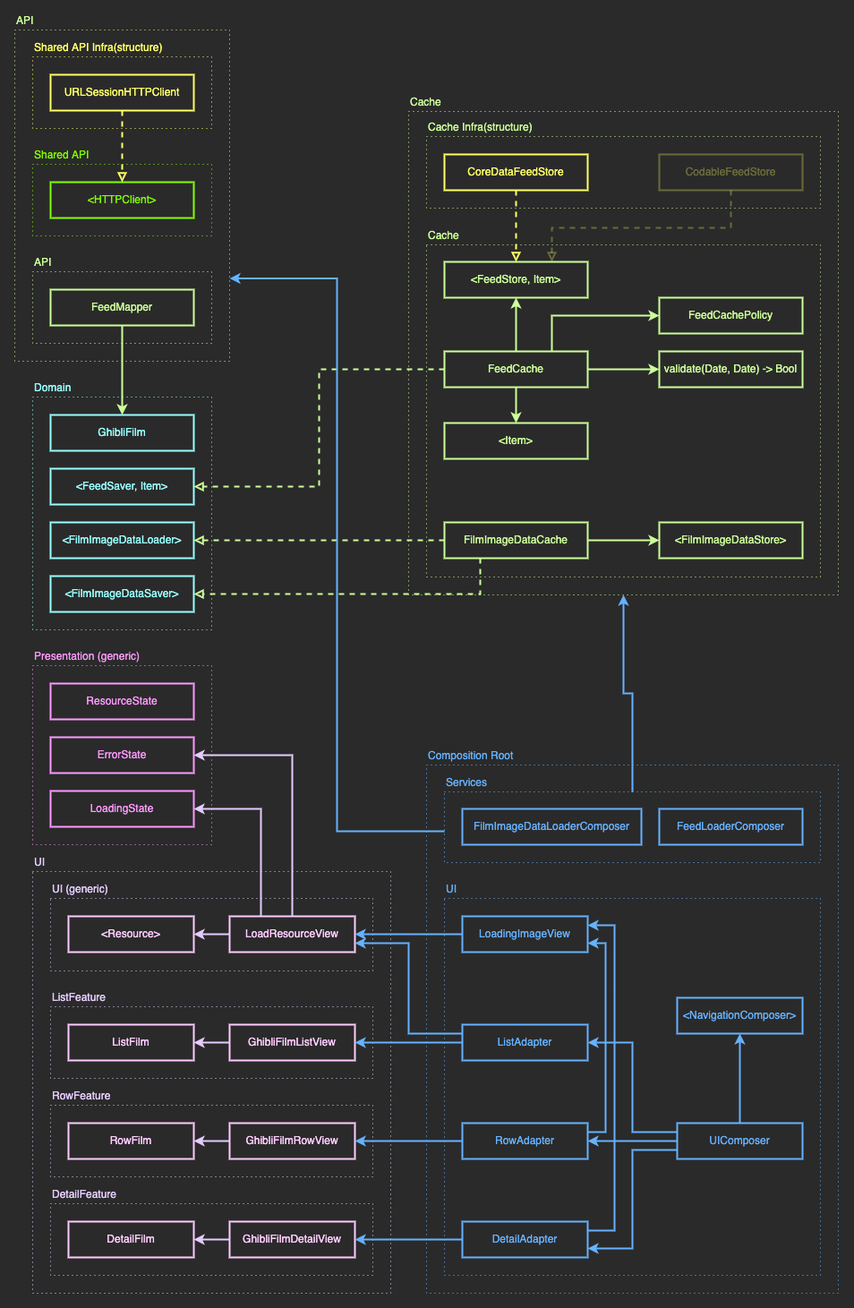
Above: Docs/components.png in igor1309/EssentialGhibli (draw.io), before the change. Source tidied: cells renumbered, new cells last; positions are measured from the earlier drawing's top-left corner, leaving out a move shared by most shapes.
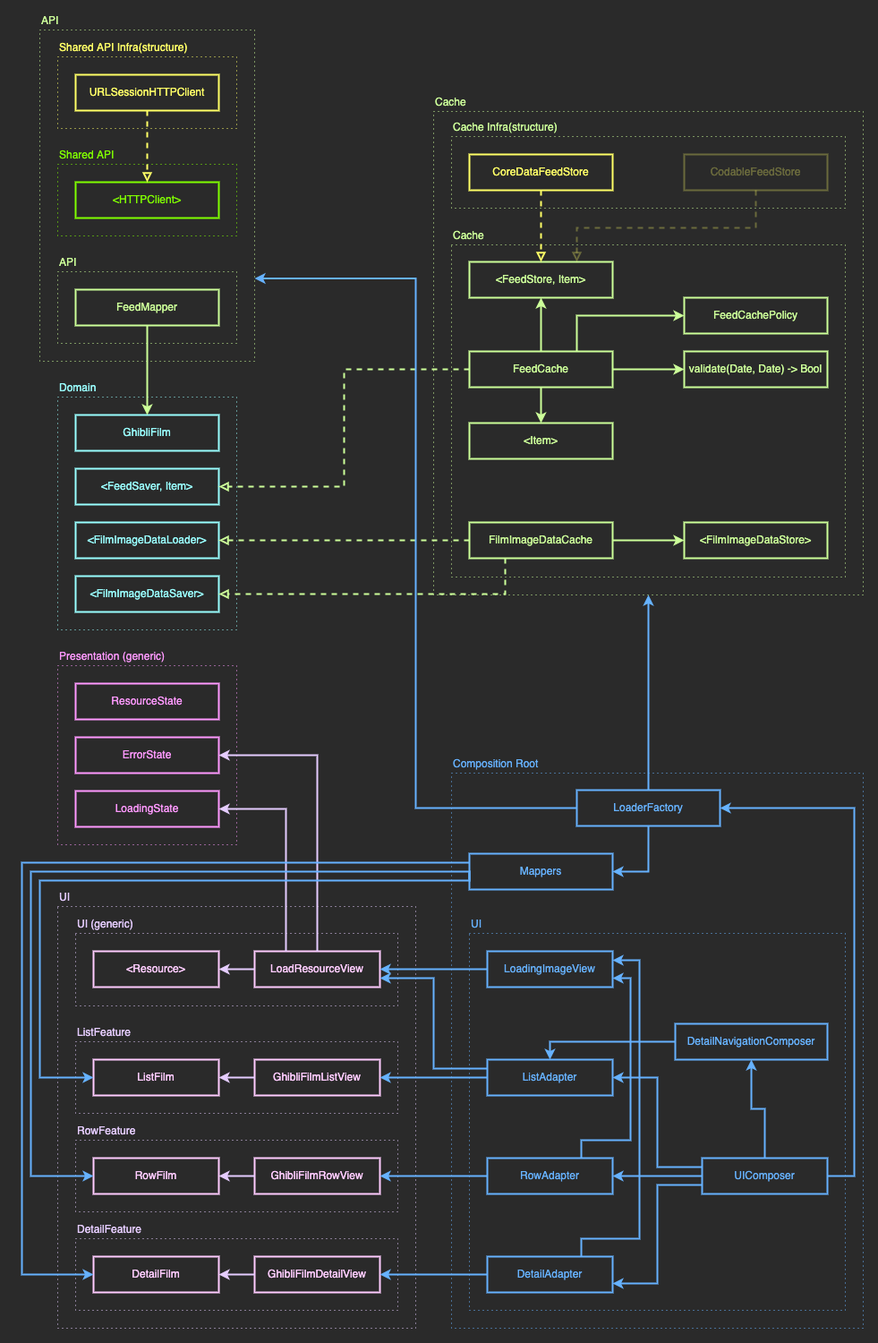
After the commit.

Diff of the diagram source:
```diff
@@ -9,13 +9,10 @@
       <mxGeometry x="460" y="240" width="440" height="371" as="geometry" />
     </mxCell>
     <mxCell id="4" value="Composition Root" style="rounded=0;whiteSpace=wrap;html=1;align=left;verticalAlign=top;spacingTop=-24;dashed=1;strokeWidth=1;strokeColor=#66B2FF;fontColor=#66B2FF;dashPattern=1 4;" parent="1" vertex="1">
-      <mxGeometry x="460" y="821" width="460" height="590" as="geometry" />
+      <mxGeometry x="460" y="830" width="460" height="620" as="geometry" />
     </mxCell>
-    <mxCell id="5" value="Services" style="rounded=0;whiteSpace=wrap;html=1;align=left;verticalAlign=top;spacingTop=-24;dashed=1;strokeWidth=1;strokeColor=#66B2FF;fontColor=#66B2FF;dashPattern=1 4;" parent="1" vertex="1">
-      <mxGeometry x="480" y="851" width="420" height="79" as="geometry" />
-    </mxCell>
     <mxCell id="6" value="UI" style="rounded=0;whiteSpace=wrap;html=1;align=left;verticalAlign=top;spacingTop=-24;dashed=1;strokeWidth=1;strokeColor=#66B2FF;fontColor=#66B2FF;dashPattern=1 4;" parent="1" vertex="1">
-      <mxGeometry x="480" y="970" width="420" height="421" as="geometry" />
+      <mxGeometry x="480" y="1009" width="420" height="421" as="geometry" />
     </mxCell>
     <mxCell id="7" value="Cache Infra(structure)" style="rounded=0;whiteSpace=wrap;html=1;align=left;verticalAlign=top;spacingTop=-24;dashed=1;strokeWidth=1;strokeColor=#CCFF99;fontColor=#CCFF99;dashPattern=1 4;" parent="1" vertex="1">
       <mxGeometry x="460" y="119" width="440" height="80" as="geometry" />
@@ -27,10 +24,10 @@
       <mxGeometry x="20" y="30" width="200" height="80" as="geometry" />
     </mxCell>
     <mxCell id="10" value="UI" style="rounded=0;whiteSpace=wrap;html=1;align=left;verticalAlign=top;spacingTop=-24;dashed=1;strokeWidth=1;strokeColor=#E5CCFF;fontColor=#E5CCFF;dashPattern=1 4;" parent="1" vertex="1">
-      <mxGeometry x="20" y="940" width="400" height="471" as="geometry" />
+      <mxGeometry x="20" y="979" width="400" height="471" as="geometry" />
     </mxCell>
     <mxCell id="11" value="UI (generic)" style="rounded=0;whiteSpace=wrap;html=1;align=left;verticalAlign=top;spacingTop=-24;dashed=1;strokeWidth=1;strokeColor=#E5CCFF;fontColor=#E5CCFF;dashPattern=1 4;" parent="1" vertex="1">
-      <mxGeometry x="40" y="970" width="360" height="81" as="geometry" />
+      <mxGeometry x="40" y="1009" width="360" height="81" as="geometry" />
     </mxCell>
     <mxCell id="12" value="Presentation (generic)" style="rounded=0;whiteSpace=wrap;html=1;align=left;verticalAlign=top;spacingTop=-24;dashed=1;strokeWidth=1;strokeColor=#FF99FF;fontColor=#FF99FF;dashPattern=1 4;" parent="1" vertex="1">
       <mxGeometry x="20" y="710" width="200" height="200" as="geometry" />
@@ -45,37 +42,37 @@
       <mxGeometry x="40" y="850" width="160" height="40" as="geometry" />
     </mxCell>
     <mxCell id="16" value="LoadResourceView" style="rounded=0;whiteSpace=wrap;html=1;fontColor=#FFCCFF;strokeColor=#FFCCFF;strokeWidth=2;" parent="1" vertex="1">
-      <mxGeometry x="240" y="990" width="140" height="40" as="geometry" />
+      <mxGeometry x="240" y="1029" width="140" height="40" as="geometry" />
     </mxCell>
     <mxCell id="17" value="ListFeature" style="rounded=0;whiteSpace=wrap;html=1;align=left;verticalAlign=top;spacingTop=-24;dashed=1;strokeWidth=1;strokeColor=#E5CCFF;fontColor=#E5CCFF;dashPattern=1 4;" parent="1" vertex="1">
-      <mxGeometry x="40" y="1091" width="360" height="80" as="geometry" />
+      <mxGeometry x="40" y="1130" width="360" height="80" as="geometry" />
     </mxCell>
     <mxCell id="18" value="ListFilm" style="rounded=0;whiteSpace=wrap;html=1;fontColor=#FFCCFF;strokeColor=#FFCCFF;strokeWidth=2;" parent="1" vertex="1">
-      <mxGeometry x="60" y="1111" width="140" height="40" as="geometry" />
+      <mxGeometry x="60" y="1150" width="140" height="40" as="geometry" />
     </mxCell>
     <mxCell id="19" value="RowFeature" style="rounded=0;whiteSpace=wrap;html=1;align=left;verticalAlign=top;spacingTop=-24;dashed=1;strokeWidth=1;strokeColor=#E5CCFF;fontColor=#E5CCFF;dashPattern=1 4;" parent="1" vertex="1">
-      <mxGeometry x="40" y="1201" width="360" height="80" as="geometry" />
+      <mxGeometry x="40" y="1240" width="360" height="80" as="geometry" />
     </mxCell>
     <mxCell id="20" value="RowFilm" style="rounded=0;whiteSpace=wrap;html=1;fontColor=#FFCCFF;strokeColor=#FFCCFF;strokeWidth=2;" parent="1" vertex="1">
-      <mxGeometry x="60" y="1221" width="140" height="40" as="geometry" />
+      <mxGeometry x="60" y="1260" width="140" height="40" as="geometry" />
     </mxCell>
     <mxCell id="21" value="DetailFeature" style="rounded=0;whiteSpace=wrap;html=1;align=left;verticalAlign=top;spacingTop=-24;dashed=1;strokeWidth=1;strokeColor=#E5CCFF;fontColor=#E5CCFF;dashPattern=1 4;" parent="1" vertex="1">
-      <mxGeometry x="40" y="1311" width="360" height="80" as="geometry" />
+      <mxGeometry x="40" y="1350" width="360" height="80" as="geometry" />
     </mxCell>
     <mxCell id="22" value="DetailFilm" style="rounded=0;whiteSpace=wrap;html=1;fontColor=#FFCCFF;strokeColor=#FFCCFF;strokeWidth=2;" parent="1" vertex="1">
-      <mxGeometry x="60" y="1331" width="140" height="40" as="geometry" />
+      <mxGeometry x="60" y="1370" width="140" height="40" as="geometry" />
     </mxCell>
     <mxCell id="23" value="GhibliFilmDetailView" style="rounded=0;whiteSpace=wrap;html=1;fontColor=#FFCCFF;strokeColor=#FFCCFF;strokeWidth=2;" parent="1" vertex="1">
-      <mxGeometry x="240" y="1331" width="140" height="40" as="geometry" />
+      <mxGeometry x="240" y="1370" width="140" height="40" as="geometry" />
     </mxCell>
     <mxCell id="24" value="GhibliFilmListView" style="rounded=0;whiteSpace=wrap;html=1;fontColor=#FFCCFF;strokeColor=#FFCCFF;strokeWidth=2;" parent="1" vertex="1">
-      <mxGeometry x="240" y="1111" width="140" height="40" as="geometry" />
+      <mxGeometry x="240" y="1150" width="140" height="40" as="geometry" />
     </mxCell>
     <mxCell id="25" value="GhibliFilmRowView" style="rounded=0;whiteSpace=wrap;html=1;fontColor=#FFCCFF;strokeColor=#FFCCFF;strokeWidth=2;" parent="1" vertex="1">
-      <mxGeometry x="240" y="1221" width="140" height="40" as="geometry" />
+      <mxGeometry x="240" y="1260" width="140" height="40" as="geometry" />
     </mxCell>
     <mxCell id="26" value="&amp;lt;Resource&amp;gt;" style="rounded=0;whiteSpace=wrap;html=1;fontColor=#FFCCFF;strokeColor=#FFCCFF;strokeWidth=2;" parent="1" vertex="1">
-      <mxGeometry x="60" y="990" width="140" height="40" as="geometry" />
+      <mxGeometry x="60" y="1029" width="140" height="40" as="geometry" />
     </mxCell>
     <mxCell id="27" value="API" style="rounded=0;whiteSpace=wrap;html=1;align=left;verticalAlign=top;spacingTop=-24;dashed=1;strokeWidth=1;strokeColor=#CCFF99;fontColor=#CCFF99;dashPattern=1 4;" parent="1" vertex="1">
       <mxGeometry x="20" y="270" width="200" height="80" as="geometry" />
@@ -194,33 +191,35 @@
       <mxGeometry relative="1" as="geometry" />
     </mxCell>
     <mxCell id="64" value="LoadingImageView" style="rounded=0;whiteSpace=wrap;html=1;fontColor=#66B2FF;strokeColor=#66B2FF;strokeWidth=2;" parent="1" vertex="1">
-      <mxGeometry x="500" y="990" width="140" height="40" as="geometry" />
+      <mxGeometry x="500" y="1029" width="140" height="40" as="geometry" />
     </mxCell>
     <mxCell id="65" style="edgeStyle=orthogonalEdgeStyle;rounded=0;jettySize=auto;html=1;strokeWidth=2;strokeColor=#66B2FF;fontColor=#99FFFF;exitX=0;exitY=0.5;exitDx=0;exitDy=0;entryX=1;entryY=0.5;entryDx=0;entryDy=0;" parent="1" edge="1" source="64" target="16">
       <mxGeometry relative="1" as="geometry" />
     </mxCell>
     <mxCell id="66" value="DetailAdapter" style="rounded=0;whiteSpace=wrap;html=1;fontColor=#66B2FF;strokeColor=#66B2FF;strokeWidth=2;" parent="1" vertex="1">
-      <mxGeometry x="500" y="1331" width="140" height="40" as="geometry" />
+      <mxGeometry x="500" y="1370" width="140" height="40" as="geometry" />
     </mxCell>
     <mxCell id="67" value="RowAdapter" style="rounded=0;whiteSpace=wrap;html=1;fontColor=#66B2FF;strokeColor=#66B2FF;strokeWidth=2;" parent="1" vertex="1">
-      <mxGeometry x="500" y="1221" width="140" height="40" as="geometry" />
+      <mxGeometry x="500" y="1260" width="140" height="40" as="geometry" />
     </mxCell>
     <mxCell id="68" style="edgeStyle=orthogonalEdgeStyle;rounded=0;jettySize=auto;html=1;strokeWidth=2;strokeColor=#66B2FF;fontColor=#99FFFF;exitX=0;exitY=0.5;exitDx=0;exitDy=0;entryX=1;entryY=0.5;entryDx=0;entryDy=0;" parent="1" edge="1" source="67" target="25">
       <mxGeometry relative="1" as="geometry" />
     </mxCell>
-    <mxCell id="69" style="edgeStyle=orthogonalEdgeStyle;rounded=0;jettySize=auto;html=1;strokeWidth=2;strokeColor=#66B2FF;fontColor=#99FFFF;exitX=1;exitY=0.25;exitDx=0;exitDy=0;entryX=1;entryY=0.75;entryDx=0;entryDy=0;" parent="1" edge="1" source="67" target="64">
+    <mxCell id="69" style="edgeStyle=orthogonalEdgeStyle;rounded=0;jettySize=auto;html=1;strokeWidth=2;strokeColor=#66B2FF;fontColor=#99FFFF;exitX=0.75;exitY=0;exitDx=0;exitDy=0;entryX=1;entryY=0.75;entryDx=0;entryDy=0;" parent="1" edge="1" source="67" target="64">
       <mxGeometry relative="1" as="geometry">
         <Array as="points">
-          <mxPoint x="660" y="1231" />
-          <mxPoint x="660" y="1020" />
+          <mxPoint x="605" y="1240" />
+          <mxPoint x="660" y="1240" />
+          <mxPoint x="660" y="1059" />
         </Array>
       </mxGeometry>
     </mxCell>
-    <mxCell id="70" style="edgeStyle=orthogonalEdgeStyle;rounded=0;jettySize=auto;html=1;strokeWidth=2;strokeColor=#66B2FF;fontColor=#99FFFF;exitX=1;exitY=0.25;exitDx=0;exitDy=0;entryX=1;entryY=0.25;entryDx=0;entryDy=0;" parent="1" edge="1" source="66" target="64">
+    <mxCell id="70" style="edgeStyle=orthogonalEdgeStyle;rounded=0;jettySize=auto;html=1;strokeWidth=2;strokeColor=#66B2FF;fontColor=#99FFFF;exitX=0.75;exitY=0;exitDx=0;exitDy=0;entryX=1;entryY=0.25;entryDx=0;entryDy=0;" parent="1" edge="1" source="66" target="64">
       <mxGeometry relative="1" as="geometry">
         <Array as="points">
-          <mxPoint x="670" y="1341" />
-          <mxPoint x="670" y="1000" />
+          <mxPoint x="605" y="1350" />
+          <mxPoint x="670" y="1350" />
+          <mxPoint x="670" y="1039" />
         </Array>
       </mxGeometry>
     </mxCell>
@@ -228,13 +227,13 @@
       <mxGeometry relative="1" as="geometry" />
     </mxCell>
     <mxCell id="72" value="ListAdapter" style="rounded=0;whiteSpace=wrap;html=1;fontColor=#66B2FF;strokeColor=#66B2FF;strokeWidth=2;" parent="1" vertex="1">
-      <mxGeometry x="500" y="1111" width="140" height="40" as="geometry" />
+      <mxGeometry x="500" y="1150" width="140" height="40" as="geometry" />
     </mxCell>
     <mxCell id="73" style="edgeStyle=orthogonalEdgeStyle;rounded=0;jettySize=auto;html=1;strokeWidth=2;strokeColor=#66B2FF;fontColor=#99FFFF;exitX=0;exitY=0.5;exitDx=0;exitDy=0;entryX=1;entryY=0.5;entryDx=0;entryDy=0;" parent="1" edge="1" source="72" target="24">
       <mxGeometry relative="1" as="geometry" />
     </mxCell>
     <mxCell id="74" value="UIComposer" style="rounded=0;whiteSpace=wrap;html=1;fontColor=#66B2FF;strokeColor=#66B2FF;strokeWidth=2;" parent="1" vertex="1">
-      <mxGeometry x="740" y="1221" width="140" height="40" as="geometry" />
+      <mxGeometry x="740" y="1260" width="140" height="40" as="geometry" />
     </mxCell>
     <mxCell id="75" style="edgeStyle=orthogonalEdgeStyle;rounded=0;jettySize=auto;html=1;strokeWidth=2;strokeColor=#66B2FF;fontColor=#99FFFF;exitX=0;exitY=0.75;exitDx=0;exitDy=0;entryX=1;entryY=0.75;entryDx=0;entryDy=0;" parent="1" edge="1" source="74" target="66">
       <mxGeometry relative="1" as="geometry" />
@@ -245,14 +244,11 @@
     <mxCell id="77" style="edgeStyle=orthogonalEdgeStyle;rounded=0;jettySize=auto;html=1;strokeWidth=2;strokeColor=#66B2FF;fontColor=#99FFFF;exitX=0;exitY=0.5;exitDx=0;exitDy=0;entryX=1;entryY=0.5;entryDx=0;entryDy=0;" parent="1" edge="1" source="74" target="67">
       <mxGeometry relative="1" as="geometry" />
     </mxCell>
-    <mxCell id="78" value="FeedLoaderComposer" style="rounded=0;whiteSpace=wrap;html=1;fontColor=#66B2FF;strokeColor=#66B2FF;strokeWidth=2;" parent="1" vertex="1">
-      <mxGeometry x="720" y="870" width="160" height="40" as="geometry" />
+    <mxCell id="78" value="LoaderFactory" style="rounded=0;whiteSpace=wrap;html=1;fontColor=#66B2FF;strokeColor=#66B2FF;strokeWidth=2;" parent="1" vertex="1">
+      <mxGeometry x="600" y="849" width="160" height="40" as="geometry" />
     </mxCell>
-    <mxCell id="79" value="FilmImageDataLoaderComposer" style="rounded=0;whiteSpace=wrap;html=1;fontColor=#66B2FF;strokeColor=#66B2FF;strokeWidth=2;" parent="1" vertex="1">
-      <mxGeometry x="500" y="870" width="200" height="40" as="geometry" />
-    </mxCell>
-    <mxCell id="80" value="&amp;lt;NavigationComposer&amp;gt;" style="rounded=0;whiteSpace=wrap;html=1;fontColor=#66B2FF;strokeColor=#66B2FF;strokeWidth=2;" parent="1" vertex="1">
-      <mxGeometry x="740" y="1081" width="140" height="40" as="geometry" />
+    <mxCell id="80" value="DetailNavigationComposer" style="rounded=0;whiteSpace=wrap;html=1;fontColor=#66B2FF;strokeColor=#66B2FF;strokeWidth=2;" parent="1" vertex="1">
+      <mxGeometry x="710" y="1110" width="170" height="40" as="geometry" />
     </mxCell>
     <mxCell id="81" style="edgeStyle=orthogonalEdgeStyle;rounded=0;jettySize=auto;html=1;strokeWidth=2;strokeColor=#66B2FF;fontColor=#99FFFF;exitX=0.5;exitY=0;exitDx=0;exitDy=0;entryX=0.5;entryY=1;entryDx=0;entryDy=0;" parent="1" edge="1" source="74" target="80">
       <mxGeometry relative="1" as="geometry" />
@@ -260,13 +256,54 @@
     <mxCell id="82" style="edgeStyle=orthogonalEdgeStyle;rounded=0;jettySize=auto;html=1;strokeWidth=2;strokeColor=#66B2FF;fontColor=#99FFFF;exitX=0;exitY=0.25;exitDx=0;exitDy=0;entryX=1;entryY=0.75;entryDx=0;entryDy=0;" parent="1" edge="1" source="72" target="16">
       <mxGeometry relative="1" as="geometry" />
     </mxCell>
-    <mxCell id="83" style="edgeStyle=orthogonalEdgeStyle;rounded=0;jettySize=auto;html=1;strokeWidth=2;strokeColor=#66B2FF;fontColor=#99FFFF;entryX=1;entryY=0.75;entryDx=0;entryDy=0;" parent="1" edge="1" target="8">
-      <mxGeometry relative="1" as="geometry">
-        <mxPoint x="480" y="895" as="sourcePoint" />
-      </mxGeometry>
+    <mxCell id="83" style="edgeStyle=orthogonalEdgeStyle;rounded=0;jettySize=auto;html=1;strokeWidth=2;strokeColor=#66B2FF;fontColor=#99FFFF;entryX=1;entryY=0.75;entryDx=0;entryDy=0;exitX=0;exitY=0.5;exitDx=0;exitDy=0;" parent="1" edge="1" source="78" target="8">
+      <mxGeometry relative="1" as="geometry" />
     </mxCell>
-    <mxCell id="84" style="edgeStyle=orthogonalEdgeStyle;rounded=0;jettySize=auto;html=1;strokeWidth=2;strokeColor=#66B2FF;fontColor=#99FFFF;exitX=0.5;exitY=0;exitDx=0;exitDy=0;entryX=0.5;entryY=1;entryDx=0;entryDy=0;" parent="1" edge="1" source="5" target="2">
+    <mxCell id="84" style="edgeStyle=orthogonalEdgeStyle;rounded=0;jettySize=auto;html=1;strokeWidth=2;strokeColor=#66B2FF;fontColor=#99FFFF;exitX=0.5;exitY=0;exitDx=0;exitDy=0;entryX=0.5;entryY=1;entryDx=0;entryDy=0;" parent="1" edge="1" source="78" target="2">
       <mxGeometry relative="1" as="geometry" />
     </mxCell>
+    <mxCell id="85" style="edgeStyle=orthogonalEdgeStyle;rounded=0;jettySize=auto;html=1;strokeWidth=2;strokeColor=#66B2FF;fontColor=#99FFFF;exitX=0;exitY=0.5;exitDx=0;exitDy=0;entryX=0.5;entryY=0;entryDx=0;entryDy=0;" parent="1" edge="1" source="80" target="72">
+      <mxGeometry relative="1" as="geometry" />
+    </mxCell>
+    <mxCell id="86" value="Mappers" style="rounded=0;whiteSpace=wrap;html=1;fontColor=#66B2FF;strokeColor=#66B2FF;strokeWidth=2;" parent="1" vertex="1">
+      <mxGeometry x="480" y="920" width="160" height="40" as="geometry" />
+    </mxCell>
+    <mxCell id="87" style="edgeStyle=orthogonalEdgeStyle;rounded=0;jettySize=auto;html=1;strokeWidth=2;strokeColor=#66B2FF;fontColor=#99FFFF;exitX=0;exitY=0.75;exitDx=0;exitDy=0;entryX=0;entryY=0.5;entryDx=0;entryDy=0;" parent="1" edge="1" source="86" target="20">
+      <mxGeometry relative="1" as="geometry">
+        <Array as="points">
+          <mxPoint x="480" y="940" />
+          <mxPoint x="-10" y="940" />
+          <mxPoint x="-10" y="1280" />
+        </Array>
+      </mxGeometry>
+    </mxCell>
+    <mxCell id="88" style="edgeStyle=orthogonalEdgeStyle;rounded=0;jettySize=auto;html=1;strokeWidth=2;strokeColor=#66B2FF;fontColor=#99FFFF;exitX=0;exitY=0.5;exitDx=0;exitDy=0;entryX=0;entryY=0.5;entryDx=0;entryDy=0;" parent="1" edge="1" source="86" target="18">
+      <mxGeometry relative="1" as="geometry">
+        <Array as="points">
+          <mxPoint x="480" y="950" />
+          <mxPoint y="950" />
+          <mxPoint y="1170" />
+        </Array>
+      </mxGeometry>
+    </mxCell>
+    <mxCell id="89" style="edgeStyle=orthogonalEdgeStyle;rounded=0;jettySize=auto;html=1;strokeWidth=2;strokeColor=#66B2FF;fontColor=#99FFFF;exitX=0;exitY=0.25;exitDx=0;exitDy=0;entryX=0;entryY=0.5;entryDx=0;entryDy=0;" parent="1" edge="1" source="86" target="22">
+      <mxGeometry relative="1" as="geometry">
+        <Array as="points">
+          <mxPoint x="-20" y="930" />
+          <mxPoint x="-20" y="1390" />
+        </Array>
+      </mxGeometry>
+    </mxCell>
+    <mxCell id="90" style="edgeStyle=orthogonalEdgeStyle;rounded=0;jettySize=auto;html=1;strokeWidth=2;strokeColor=#66B2FF;fontColor=#99FFFF;exitX=0.5;exitY=1;exitDx=0;exitDy=0;entryX=1;entryY=0.5;entryDx=0;entryDy=0;" parent="1" edge="1" source="78" target="86">
+      <mxGeometry relative="1" as="geometry" />
+    </mxCell>
+    <mxCell id="91" style="edgeStyle=orthogonalEdgeStyle;rounded=0;jettySize=auto;html=1;strokeWidth=2;strokeColor=#66B2FF;fontColor=#99FFFF;exitX=1;exitY=0.5;exitDx=0;exitDy=0;entryX=1;entryY=0.5;entryDx=0;entryDy=0;" parent="1" edge="1" source="74" target="78">
+      <mxGeometry relative="1" as="geometry">
+        <Array as="points">
+          <mxPoint x="910" y="1280" />
+          <mxPoint x="910" y="869" />
+        </Array>
+      </mxGeometry>
+    </mxCell>
   </root>
 </mxGraphModel>
```
